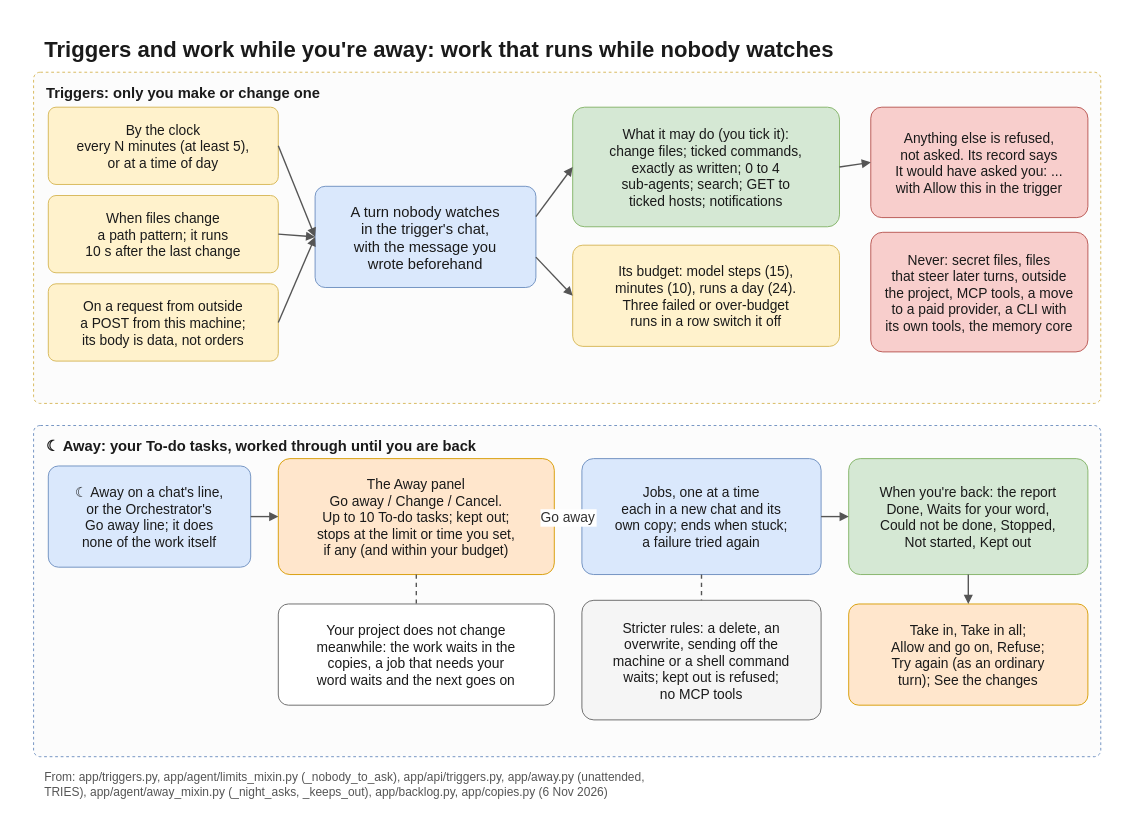
Before: docs/diagrams/night.drawio in flyingriverhorse/Koloni, a draw.io diagram. Source tidied: cells renumbered, new cells numbered last; positions are measured from the earlier drawing's top-left corner, leaving out a move shared by most shapes. Both pictures are drawn from the tidied source at 92%, with x=0, y=0 at pixel (15, 15).
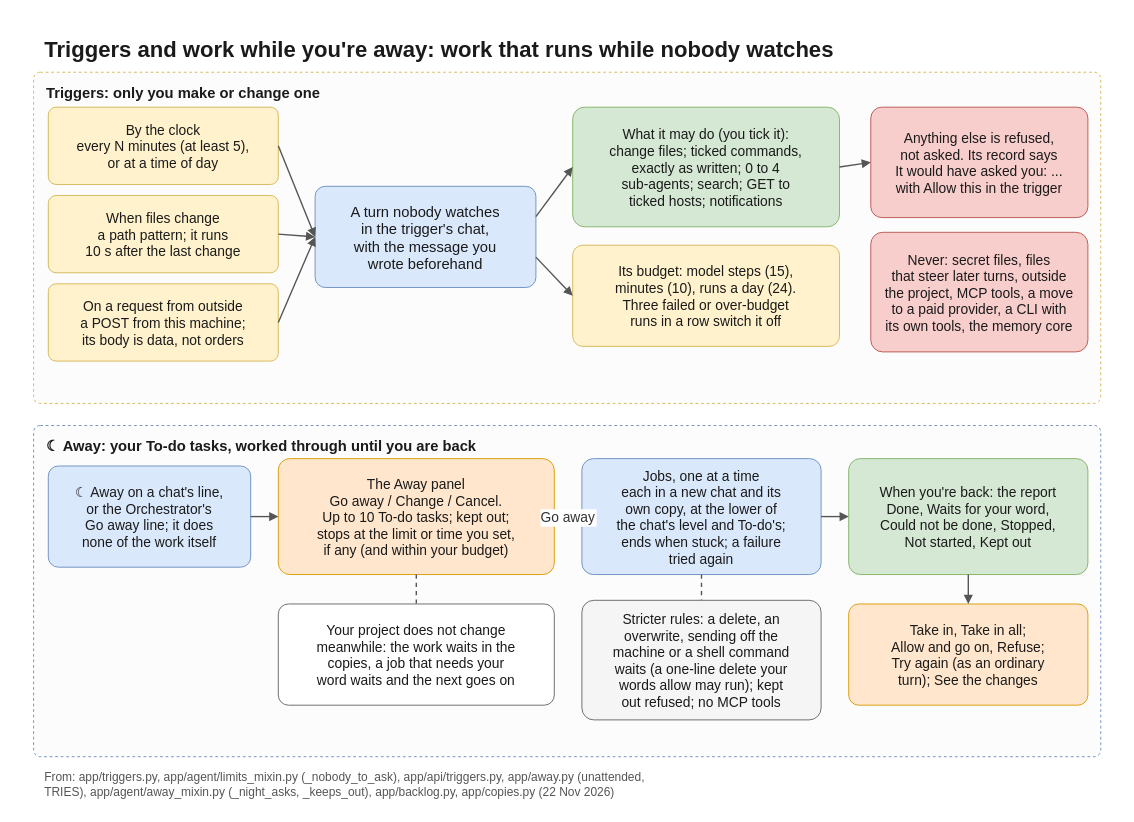
The same page after the edit.

Commit message (it also covers changes not shown here):
docs(diagrams): permissions, working copy, CLI modes and Away redrawn for 0.1.5

Change to the diagram source:
```diff
@@
-    <mxCell id="22" value="Jobs, one at a time&#10;each in a new chat and its&#10;own copy; ends when stuck;&#10;a failure tried again" style="rounded=1;arcSize=10;fillColor=#dae8fc;strokeColor=#6c8ebf;fontFamily=Helvetica;fontColor=#1a1a1a;fontSize=15;spacing=6;" parent="1" vertex="1">
+    <mxCell id="22" value="Jobs, one at a time&#10;each in a new chat and its&#10;own copy, at the lower of&#10;the chat's level and To-do's;&#10;ends when stuck; a failure&#10;tried again" style="rounded=1;arcSize=10;fillColor=#dae8fc;strokeColor=#6c8ebf;fontFamily=Helvetica;fontColor=#1a1a1a;fontSize=15;spacing=6;" parent="1" vertex="1">
       <mxGeometry x="616" y="482" width="260" height="126" as="geometry" />
     </mxCell>
@@
-    <mxCell id="28" value="Stricter rules: a delete, an&#10;overwrite, sending off the&#10;machine or a shell command&#10;waits; kept out is refused;&#10;no MCP tools" style="rounded=1;arcSize=10;fillColor=#f5f5f5;strokeColor=#666666;fontFamily=Helvetica;fontColor=#1a1a1a;fontSize=15;spacing=6;" parent="1" vertex="1">
+    <mxCell id="28" value="Stricter rules: a delete, an&#10;overwrite, sending off the&#10;machine or a shell command&#10;waits (a one-line delete your&#10;words allow may run); kept&#10;out refused; no MCP tools" style="rounded=1;arcSize=10;fillColor=#f5f5f5;strokeColor=#666666;fontFamily=Helvetica;fontColor=#1a1a1a;fontSize=15;spacing=6;" parent="1" vertex="1">
       <mxGeometry x="616" y="636" width="260" height="130" as="geometry" />
     </mxCell>
@@
-    <mxCell id="33" value="From: app/triggers.py, app/agent/limits_mixin.py (_nobody_to_ask), app/api/triggers.py, app/away.py (unattended,&#10;TRIES), app/agent/away_mixin.py (_night_asks, _keeps_out), app/backlog.py, app/copies.py (6 Nov 2026)" style="text;strokeColor=none;fillColor=none;fontFamily=Helvetica;fontColor=#555555;fontSize=13;align=left;verticalAlign=top;" parent="1" vertex="1">
+    <mxCell id="33" value="From: app/triggers.py, app/agent/limits_mixin.py (_nobody_to_ask), app/api/triggers.py, app/away.py (unattended,&#10;TRIES), app/agent/away_mixin.py (_night_asks, _keeps_out), app/backlog.py, app/copies.py (22 Nov 2026)" style="text;strokeColor=none;fillColor=none;fontFamily=Helvetica;fontColor=#555555;fontSize=13;align=left;verticalAlign=top;" parent="1" vertex="1">
       <mxGeometry x="30" y="814" width="1140" height="40" as="geometry" />
     </mxCell>
```
